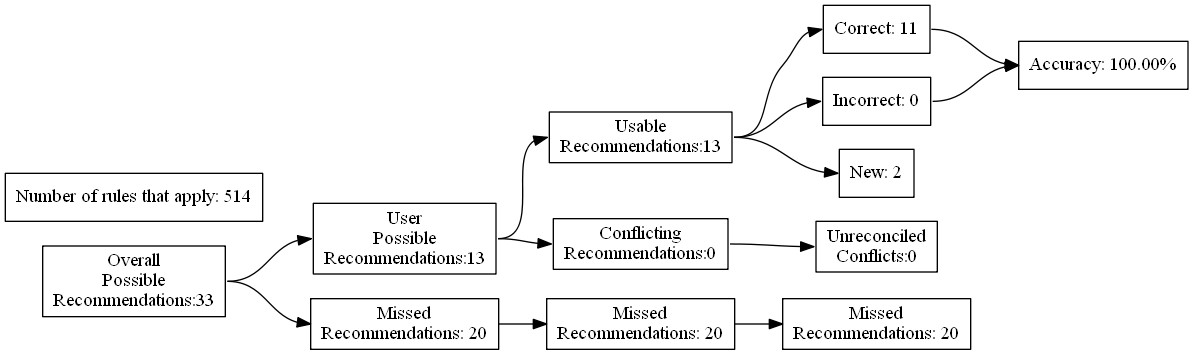
This is test_renders/3.gv.png from ZaxR/ibd_diet_analysis, a Graphviz export, as it was before one commit. Its source is kept beside it as test_renders/3.gv.
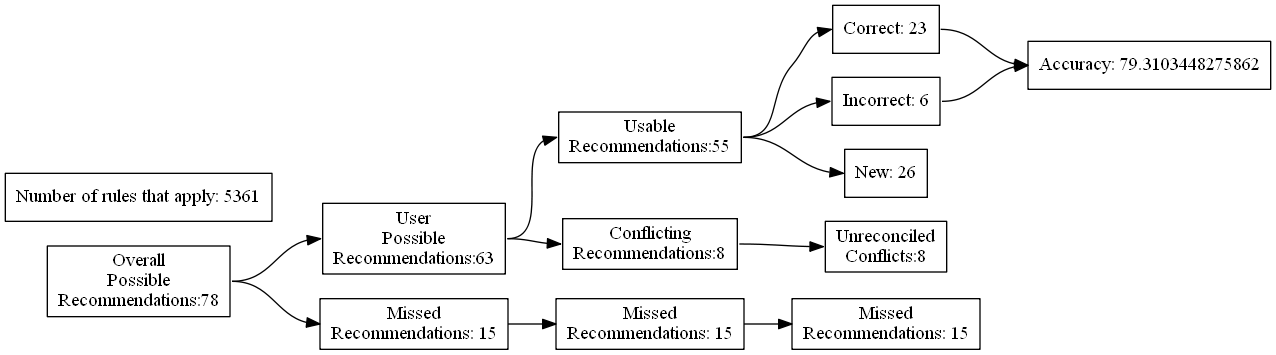
Above is the later version.

Change to the diagram source:
```diff
@@ -4,27 +4,27 @@
 	edge [headport=w tailport=e]
 		A [label="Overall
 Possible
-Recommendations:33"]
+Recommendations:78"]
 		B [label="User
 Possible
-Recommendations:13"]
+Recommendations:63"]
 		C [label="Missed
-Recommendations: 20"]
+Recommendations: 15"]
 		D [label="Usable
-Recommendations:13"]
+Recommendations:55"]
 		E [label="Conflicting
-Recommendations:0"]
+Recommendations:8"]
 		J [label="Missed
-Recommendations: 20"]
+Recommendations: 15"]
 		M [label="Unreconciled
-Conflicts:0"]
-		F [label="Correct: 11"]
-		G [label="Incorrect: 0"]
-		H [label="New: 2"]
+Conflicts:8"]
+		F [label="Correct: 23"]
+		G [label="Incorrect: 6"]
+		H [label="New: 26"]
 		K [label="Missed
-Recommendations: 20"]
-		I [label="Accuracy: 100.00%"]
-		l [label="Number of rules that apply: 514"]
+Recommendations: 15"]
+		I [label="Accuracy: 79.3103448275862"]
+		l [label="Number of rules that apply: 5361"]
 			A -> B
 			A -> C
 			B -> D
```
